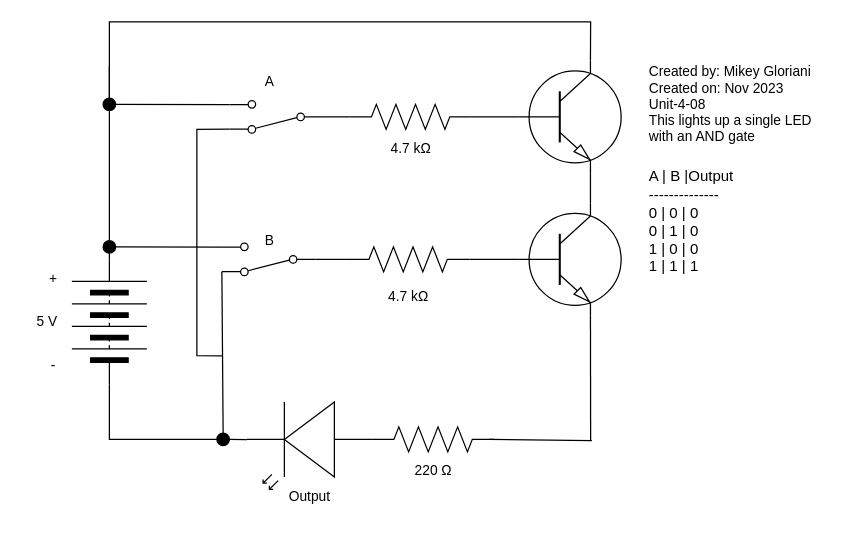
Above: Unit-4-08/Unit-4-08.drawio in MikeyGloriani/TEJ3M-Unit-4 (draw.io), before the change. Source tidied: cells renumbered, new cells numbered last; positions are measured from the earlier drawing's top-left corner, leaving out a move shared by most shapes. Both pictures are drawn from the tidied source at 125%, with x=0, y=0 at pixel (21, 21).
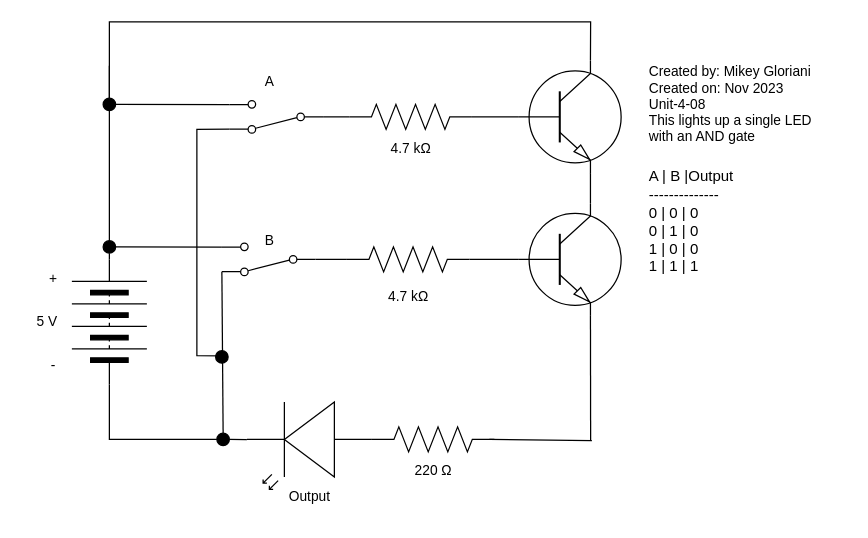
After the change.

What changed in the source:
```diff
@@
+    <mxCell id="42" style="ellipse;whiteSpace=wrap;html=1;strokeColor=#000000;fillColor=#000000;" parent="1" vertex="1">
+      <mxGeometry x="155" y="263" width="10" height="10" as="geometry" />
+    </mxCell>
```
